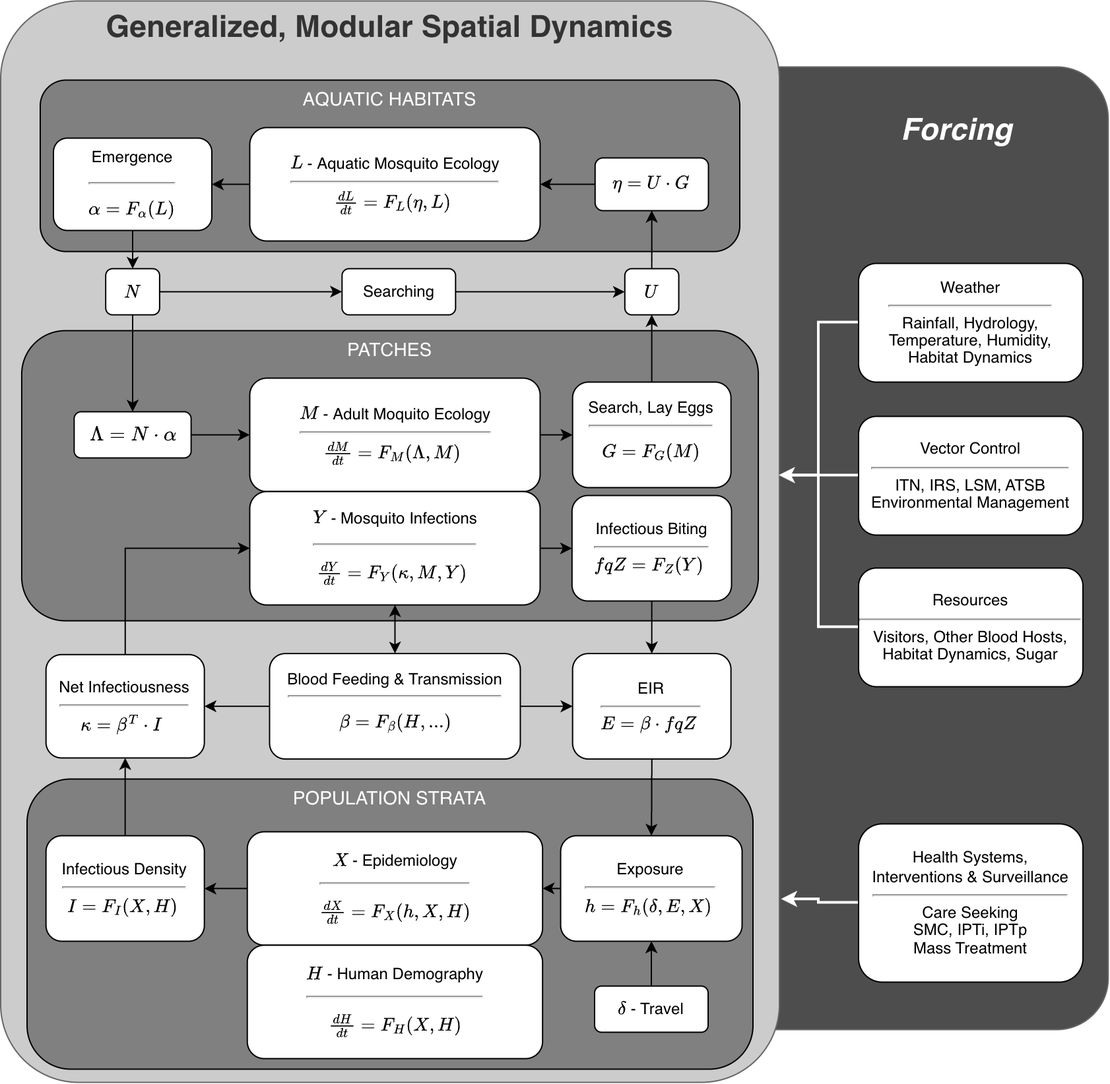
Before: vignettes/ModularGeneralized.drawio.png, a diagram exported from draw.io (dd-harp/ramp.xds). Source tidied: cells renumbered, new cells last; positions are measured from the earlier drawing's top-left corner, leaving out a move shared by most shapes.
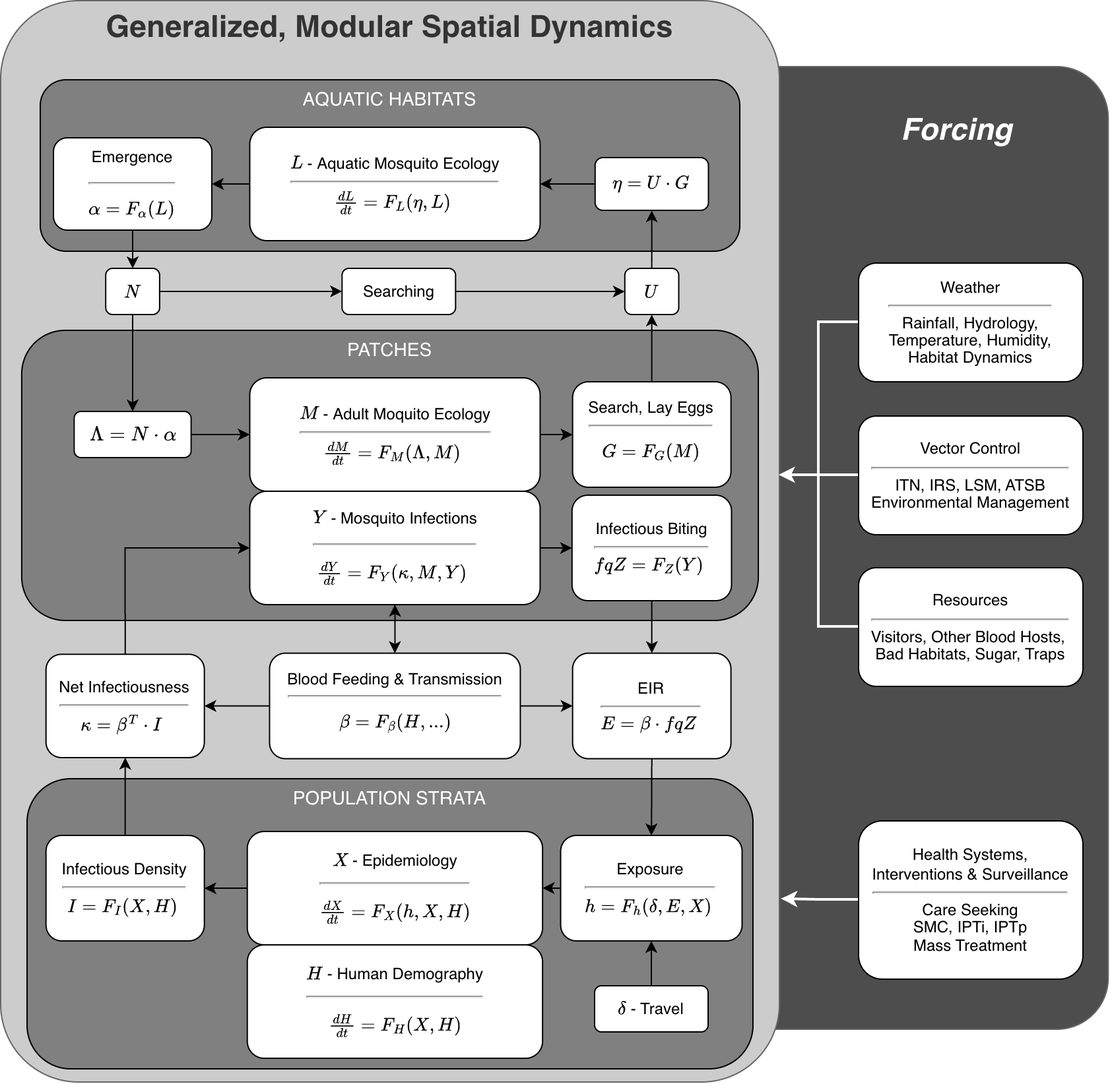
After the change.

The edit, as a diff of the source:
```diff
@@ -143,7 +143,7 @@
     <mxCell id="48" value="&lt;div&gt;Vector Control&lt;hr&gt;&lt;div style=&quot;line-height: 110%;&quot;&gt;ITN, IRS, LSM, ATSB&lt;/div&gt;&lt;/div&gt;&lt;div style=&quot;line-height: 110%;&quot;&gt;Environmental Management&lt;/div&gt;" style="rounded=1;whiteSpace=wrap;html=1;align=center;horizontal=1;" parent="1" vertex="1">
       <mxGeometry x="650" y="315" width="170" height="90" as="geometry" />
     </mxCell>
-    <mxCell id="49" value="Resources&lt;div&gt;&lt;hr&gt;&lt;div style=&quot;line-height: 110%;&quot;&gt;Visitors, Other Blood Hosts, Habitat Dynamics, Sugar&lt;/div&gt;&lt;/div&gt;" style="rounded=1;whiteSpace=wrap;html=1;align=center;horizontal=1;" parent="1" vertex="1">
+    <mxCell id="49" value="Resources&lt;div&gt;&lt;hr&gt;&lt;div style=&quot;line-height: 110%;&quot;&gt;Visitors, Other Blood Hosts,&amp;nbsp;&lt;/div&gt;&lt;div style=&quot;line-height: 110%;&quot;&gt;Bad Habitats, Sugar, Traps&lt;/div&gt;&lt;/div&gt;" style="rounded=1;whiteSpace=wrap;html=1;align=center;horizontal=1;" parent="1" vertex="1">
       <mxGeometry x="650" y="430" width="170" height="90" as="geometry" />
     </mxCell>
     <mxCell id="50" style="edgeStyle=orthogonalEdgeStyle;rounded=0;jettySize=auto;html=1;strokeColor=#FFFFFF;strokeWidth=2;entryX=1;entryY=0.5;entryDx=0;entryDy=0;" parent="1" edge="1" source="49" target="2">
@@ -156,7 +156,7 @@
       <mxGeometry x="186.9" y="716" width="223.7" height="86" as="geometry" />
     </mxCell>
     <mxCell id="53" value="Health Systems,&lt;div&gt;Interventions &amp;amp; Surveillance&lt;div&gt;&lt;hr&gt;&lt;div style=&quot;line-height: 13.2px;&quot;&gt;Care Seeking&lt;/div&gt;&lt;div style=&quot;line-height: 13.2px;&quot;&gt;SMC, IPTi, IPTp&lt;/div&gt;&lt;/div&gt;&lt;div style=&quot;line-height: 13.2px;&quot;&gt;Mass Treatment&lt;/div&gt;&lt;/div&gt;" style="rounded=1;whiteSpace=wrap;html=1;align=center;horizontal=1;" parent="1" vertex="1">
-      <mxGeometry x="650" y="624" width="170" height="120" as="geometry" />
+      <mxGeometry x="650" y="622" width="170" height="120" as="geometry" />
     </mxCell>
     <mxCell id="54" style="edgeStyle=orthogonalEdgeStyle;rounded=0;jettySize=auto;html=1;exitX=1;exitY=0.5;exitDx=0;exitDy=0;entryX=0;entryY=0.5;entryDx=0;entryDy=0;" parent="1" edge="1" source="55" target="29">
       <mxGeometry relative="1" as="geometry" />
```
